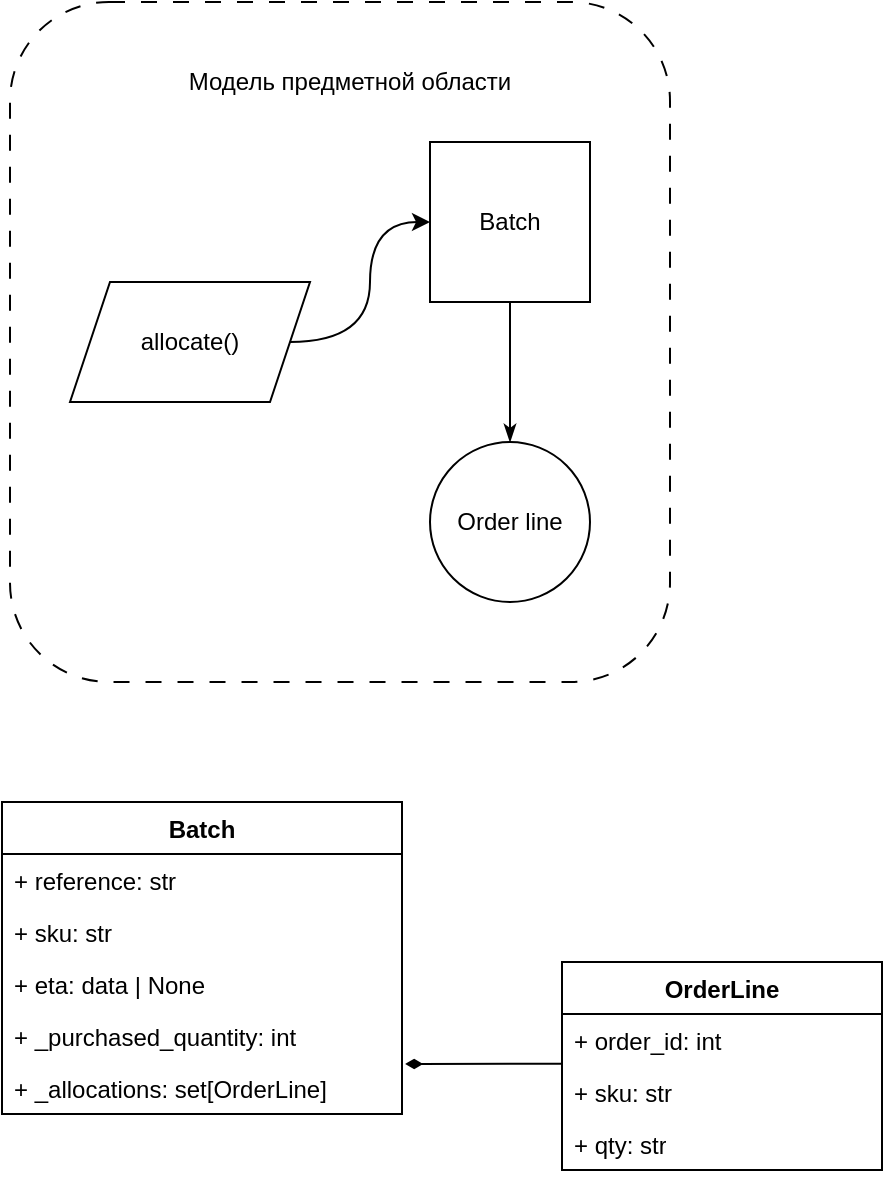
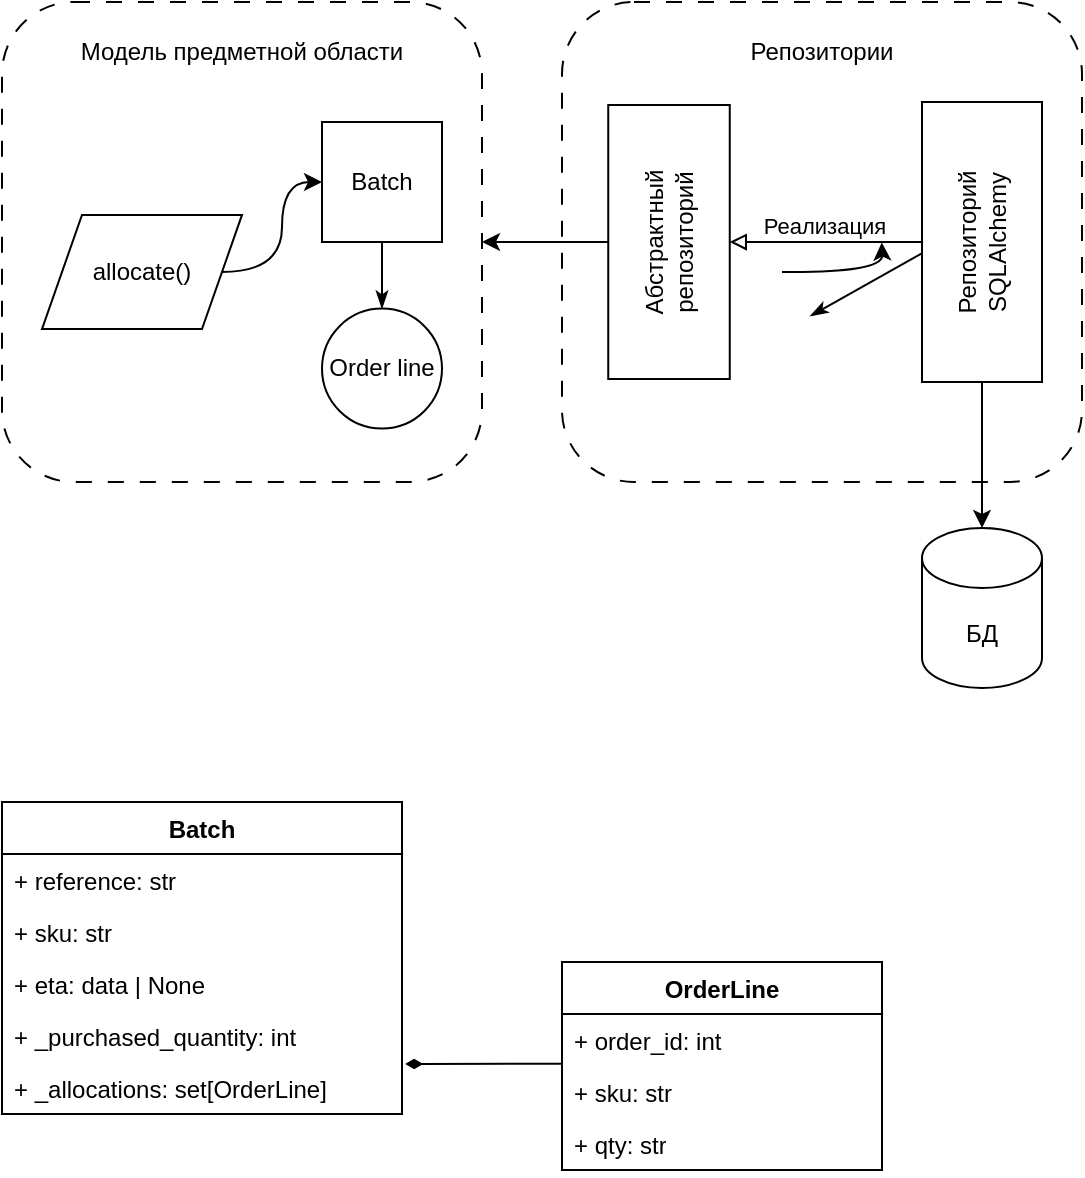
<mxfile host="Electron">
  <diagram name="Страница-1" id="V3rpfnUflKaNotFs_5z8">
-     <mxGraphModel dx="693" dy="844" grid="1" gridSize="10" guides="1" tooltips="1" connect="1" arrows="1" fold="1" page="1" pageScale="1" pageWidth="827" pageHeight="1169" math="0" shadow="0">
+     <mxGraphModel dx="1414" dy="844" grid="1" gridSize="10" guides="1" tooltips="1" connect="1" arrows="1" fold="1" page="1" pageScale="1" pageWidth="827" pageHeight="1169" math="0" shadow="0">
      <root>
        <mxCell id="0" />
        <mxCell id="1" parent="0" />
-         <mxCell id="9TURucZzgN30wxD5UjFS-12" connectable="0" parent="1" style="group" value="" vertex="1">
-           <mxGeometry height="340" width="330" x="84" y="40" as="geometry" />
-         </mxCell>
-         <mxCell id="9TURucZzgN30wxD5UjFS-5" parent="9TURucZzgN30wxD5UjFS-12" style="html=1;whiteSpace=wrap;dashed=1;dashPattern=8 8;gradientColor=none;rounded=1;glass=0;shadow=0;" value="" vertex="1">
-           <mxGeometry height="340" width="330" as="geometry" />
-         </mxCell>
-         <mxCell id="9TURucZzgN30wxD5UjFS-6" parent="9TURucZzgN30wxD5UjFS-12" style="text;html=1;whiteSpace=wrap;strokeColor=none;fillColor=none;align=center;verticalAlign=middle;rounded=0;" value="Модель предметной области" vertex="1">
-           <mxGeometry height="40" width="240" x="50" y="20" as="geometry" />
-         </mxCell>
-         <mxCell id="9TURucZzgN30wxD5UjFS-7" parent="9TURucZzgN30wxD5UjFS-12" style="shape=parallelogram;perimeter=parallelogramPerimeter;whiteSpace=wrap;html=1;fixedSize=1;" value="allocate()" vertex="1">
-           <mxGeometry height="60" width="120" x="30" y="140" as="geometry" />
-         </mxCell>
-         <mxCell id="9TURucZzgN30wxD5UjFS-8" parent="9TURucZzgN30wxD5UjFS-12" style="whiteSpace=wrap;html=1;aspect=fixed;" value="Batch" vertex="1">
-           <mxGeometry height="80" width="80" x="210" y="70" as="geometry" />
-         </mxCell>
-         <mxCell id="9TURucZzgN30wxD5UjFS-9" parent="9TURucZzgN30wxD5UjFS-12" style="ellipse;whiteSpace=wrap;html=1;aspect=fixed;" value="Order line" vertex="1">
-           <mxGeometry height="80" width="80" x="210" y="220" as="geometry" />
-         </mxCell>
-         <mxCell id="9TURucZzgN30wxD5UjFS-10" edge="1" parent="9TURucZzgN30wxD5UjFS-12" source="9TURucZzgN30wxD5UjFS-7" style="curved=1;endArrow=classic;html=1;rounded=0;entryX=0;entryY=0.5;entryDx=0;entryDy=0;exitX=1;exitY=0.5;exitDx=0;exitDy=0;edgeStyle=orthogonalEdgeStyle;endFill=1;" target="9TURucZzgN30wxD5UjFS-8" value="">
-           <mxGeometry height="50" relative="1" width="50" as="geometry">
-             <mxPoint x="140" y="200" as="sourcePoint" />
-             <mxPoint x="190" y="150" as="targetPoint" />
-           </mxGeometry>
-         </mxCell>
-         <mxCell id="9TURucZzgN30wxD5UjFS-11" edge="1" parent="9TURucZzgN30wxD5UjFS-12" source="9TURucZzgN30wxD5UjFS-9" style="endArrow=none;html=1;rounded=0;entryX=0.5;entryY=1;entryDx=0;entryDy=0;exitX=0.5;exitY=0;exitDx=0;exitDy=0;startArrow=classicThin;startFill=1;" target="9TURucZzgN30wxD5UjFS-8" value="">
-           <mxGeometry height="50" relative="1" width="50" as="geometry">
-             <mxPoint x="140" y="200" as="sourcePoint" />
-             <mxPoint x="190" y="150" as="targetPoint" />
-           </mxGeometry>
-         </mxCell>
        <mxCell id="mqwCX_SPE4qyENMmute8-1" parent="1" style="swimlane;fontStyle=1;align=center;verticalAlign=top;childLayout=stackLayout;horizontal=1;startSize=26;horizontalStack=0;resizeParent=1;resizeParentMax=0;resizeLast=0;collapsible=1;marginBottom=0;whiteSpace=wrap;html=1;" value="Batch" vertex="1">
          <mxGeometry height="156" width="200" x="80" y="440" as="geometry" />
        </mxCell>
        <mxCell id="mqwCX_SPE4qyENMmute8-2" parent="mqwCX_SPE4qyENMmute8-1" style="text;strokeColor=none;fillColor=none;align=left;verticalAlign=top;spacingLeft=4;spacingRight=4;overflow=hidden;rotatable=0;points=[[0,0.5],[1,0.5]];portConstraint=eastwest;whiteSpace=wrap;html=1;" value="+ reference: str" vertex="1">
          <mxGeometry height="26" width="200" y="26" as="geometry" />
        </mxCell>
        <mxCell id="mqwCX_SPE4qyENMmute8-5" parent="mqwCX_SPE4qyENMmute8-1" style="text;strokeColor=none;fillColor=none;align=left;verticalAlign=top;spacingLeft=4;spacingRight=4;overflow=hidden;rotatable=0;points=[[0,0.5],[1,0.5]];portConstraint=eastwest;whiteSpace=wrap;html=1;" value="+ sku: str" vertex="1">
          <mxGeometry height="26" width="200" y="52" as="geometry" />
        </mxCell>
        <mxCell id="mqwCX_SPE4qyENMmute8-6" parent="mqwCX_SPE4qyENMmute8-1" style="text;strokeColor=none;fillColor=none;align=left;verticalAlign=top;spacingLeft=4;spacingRight=4;overflow=hidden;rotatable=0;points=[[0,0.5],[1,0.5]];portConstraint=eastwest;whiteSpace=wrap;html=1;" value="+ eta: data | None" vertex="1">
          <mxGeometry height="26" width="200" y="78" as="geometry" />
        </mxCell>
        <mxCell id="mqwCX_SPE4qyENMmute8-7" parent="mqwCX_SPE4qyENMmute8-1" style="text;strokeColor=none;fillColor=none;align=left;verticalAlign=top;spacingLeft=4;spacingRight=4;overflow=hidden;rotatable=0;points=[[0,0.5],[1,0.5]];portConstraint=eastwest;whiteSpace=wrap;html=1;" value="+ _purchased_quantity: int" vertex="1">
          <mxGeometry height="26" width="200" y="104" as="geometry" />
        </mxCell>
        <mxCell id="mqwCX_SPE4qyENMmute8-8" parent="mqwCX_SPE4qyENMmute8-1" style="text;strokeColor=none;fillColor=none;align=left;verticalAlign=top;spacingLeft=4;spacingRight=4;overflow=hidden;rotatable=0;points=[[0,0.5],[1,0.5]];portConstraint=eastwest;whiteSpace=wrap;html=1;" value="+ _allocations: set[OrderLine]" vertex="1">
          <mxGeometry height="26" width="200" y="130" as="geometry" />
        </mxCell>
        <mxCell id="mqwCX_SPE4qyENMmute8-9" parent="1" style="swimlane;fontStyle=1;align=center;verticalAlign=top;childLayout=stackLayout;horizontal=1;startSize=26;horizontalStack=0;resizeParent=1;resizeParentMax=0;resizeLast=0;collapsible=1;marginBottom=0;whiteSpace=wrap;html=1;" value="OrderLine" vertex="1">
          <mxGeometry height="104" width="160" x="360" y="520" as="geometry" />
        </mxCell>
        <mxCell id="mqwCX_SPE4qyENMmute8-10" parent="mqwCX_SPE4qyENMmute8-9" style="text;strokeColor=none;fillColor=none;align=left;verticalAlign=top;spacingLeft=4;spacingRight=4;overflow=hidden;rotatable=0;points=[[0,0.5],[1,0.5]];portConstraint=eastwest;whiteSpace=wrap;html=1;" value="+ order_id: int" vertex="1">
          <mxGeometry height="26" width="160" y="26" as="geometry" />
        </mxCell>
        <mxCell id="mqwCX_SPE4qyENMmute8-13" parent="mqwCX_SPE4qyENMmute8-9" style="text;strokeColor=none;fillColor=none;align=left;verticalAlign=top;spacingLeft=4;spacingRight=4;overflow=hidden;rotatable=0;points=[[0,0.5],[1,0.5]];portConstraint=eastwest;whiteSpace=wrap;html=1;" value="+ sku: str" vertex="1">
          <mxGeometry height="26" width="160" y="52" as="geometry" />
        </mxCell>
        <mxCell id="mqwCX_SPE4qyENMmute8-14" parent="mqwCX_SPE4qyENMmute8-9" style="text;strokeColor=none;fillColor=none;align=left;verticalAlign=top;spacingLeft=4;spacingRight=4;overflow=hidden;rotatable=0;points=[[0,0.5],[1,0.5]];portConstraint=eastwest;whiteSpace=wrap;html=1;" value="+ qty: str" vertex="1">
          <mxGeometry height="26" width="160" y="78" as="geometry" />
        </mxCell>
        <mxCell id="mqwCX_SPE4qyENMmute8-16" edge="1" parent="1" source="mqwCX_SPE4qyENMmute8-8" style="endArrow=none;html=1;rounded=0;entryX=-0.001;entryY=0.957;entryDx=0;entryDy=0;exitX=1.008;exitY=0.038;exitDx=0;exitDy=0;exitPerimeter=0;entryPerimeter=0;startArrow=diamondThin;startFill=1;strokeWidth=1;" target="mqwCX_SPE4qyENMmute8-10" value="">
          <mxGeometry height="50" relative="1" width="50" as="geometry">
            <mxPoint x="270" y="557" as="sourcePoint" />
            <mxPoint x="430" y="410" as="targetPoint" />
          </mxGeometry>
        </mxCell>
+         <mxCell id="KiamUUVyJfzsnLepsi2D-16" connectable="0" parent="1" style="group" value="" vertex="1">
+           <mxGeometry height="240" width="240" x="80" y="40" as="geometry" />
+         </mxCell>
+         <mxCell id="9TURucZzgN30wxD5UjFS-5" parent="KiamUUVyJfzsnLepsi2D-16" style="html=1;whiteSpace=wrap;dashed=1;dashPattern=8 8;gradientColor=none;rounded=1;glass=0;shadow=0;" value="" vertex="1">
+           <mxGeometry height="240" width="240" as="geometry" />
+         </mxCell>
+         <mxCell id="9TURucZzgN30wxD5UjFS-6" parent="KiamUUVyJfzsnLepsi2D-16" style="text;html=1;whiteSpace=wrap;strokeColor=none;fillColor=none;align=center;verticalAlign=middle;rounded=0;" value="Модель предметной области" vertex="1">
+           <mxGeometry height="29.411764705882344" width="171.63636363636363" x="34.17757575757575" y="9.995882352941177" as="geometry" />
+         </mxCell>
+         <mxCell id="9TURucZzgN30wxD5UjFS-7" parent="KiamUUVyJfzsnLepsi2D-16" style="shape=parallelogram;perimeter=parallelogramPerimeter;whiteSpace=wrap;html=1;fixedSize=1;" value="allocate()" vertex="1">
+           <mxGeometry height="57.06" width="100" x="20" y="106.47" as="geometry" />
+         </mxCell>
+         <mxCell id="9TURucZzgN30wxD5UjFS-8" parent="KiamUUVyJfzsnLepsi2D-16" style="whiteSpace=wrap;html=1;aspect=fixed;" value="Batch" vertex="1">
+           <mxGeometry height="60" width="60" x="160" y="60" as="geometry" />
+         </mxCell>
+         <mxCell id="9TURucZzgN30wxD5UjFS-9" parent="KiamUUVyJfzsnLepsi2D-16" style="ellipse;whiteSpace=wrap;html=1;aspect=fixed;" value="Order line" vertex="1">
+           <mxGeometry height="60" width="60" x="160" y="153.31" as="geometry" />
+         </mxCell>
+         <mxCell id="9TURucZzgN30wxD5UjFS-10" edge="1" parent="KiamUUVyJfzsnLepsi2D-16" source="9TURucZzgN30wxD5UjFS-7" style="curved=1;endArrow=classic;html=1;rounded=0;entryX=0;entryY=0.5;entryDx=0;entryDy=0;exitX=1;exitY=0.5;exitDx=0;exitDy=0;edgeStyle=orthogonalEdgeStyle;endFill=1;" target="9TURucZzgN30wxD5UjFS-8" value="">
+           <mxGeometry height="50" relative="1" width="50" as="geometry">
+             <mxPoint x="124.12121212121212" y="157.05882352941174" as="sourcePoint" />
+             <mxPoint x="159.8787878787879" y="120.29411764705878" as="targetPoint" />
+           </mxGeometry>
+         </mxCell>
+         <mxCell id="9TURucZzgN30wxD5UjFS-11" edge="1" parent="KiamUUVyJfzsnLepsi2D-16" source="9TURucZzgN30wxD5UjFS-9" style="endArrow=none;html=1;rounded=0;entryX=0.5;entryY=1;entryDx=0;entryDy=0;exitX=0.5;exitY=0;exitDx=0;exitDy=0;startArrow=classicThin;startFill=1;" target="9TURucZzgN30wxD5UjFS-8" value="">
+           <mxGeometry height="50" relative="1" width="50" as="geometry">
+             <mxPoint x="124.12121212121212" y="157.05882352941174" as="sourcePoint" />
+             <mxPoint x="159.8787878787879" y="120.29411764705878" as="targetPoint" />
+           </mxGeometry>
+         </mxCell>
+         <mxCell id="KiamUUVyJfzsnLepsi2D-18" parent="1" style="html=1;whiteSpace=wrap;dashed=1;dashPattern=8 8;gradientColor=none;rounded=1;glass=0;shadow=0;" value="" vertex="1">
+           <mxGeometry height="240" width="260" x="360" y="40" as="geometry" />
+         </mxCell>
+         <mxCell id="KiamUUVyJfzsnLepsi2D-19" parent="1" style="text;html=1;whiteSpace=wrap;strokeColor=none;fillColor=none;align=center;verticalAlign=middle;rounded=0;" value="Репозитории" vertex="1">
+           <mxGeometry height="29.411764705882344" width="171.63636363636363" x="404.17757575757577" y="49.99588235294118" as="geometry" />
+         </mxCell>
+         <mxCell id="KiamUUVyJfzsnLepsi2D-23" edge="1" parent="1" style="curved=1;endArrow=classic;html=1;rounded=0;entryX=0;entryY=0.5;entryDx=0;entryDy=0;exitX=1;exitY=0.5;exitDx=0;exitDy=0;edgeStyle=orthogonalEdgeStyle;endFill=1;" target="KiamUUVyJfzsnLepsi2D-21" value="">
+           <mxGeometry height="50" relative="1" width="50" as="geometry">
+             <mxPoint x="470" y="175" as="sourcePoint" />
+             <mxPoint x="519.8787878787879" y="160.29411764705878" as="targetPoint" />
+           </mxGeometry>
+         </mxCell>
+         <mxCell id="KiamUUVyJfzsnLepsi2D-24" edge="1" parent="1" source="KiamUUVyJfzsnLepsi2D-22" style="endArrow=none;html=1;rounded=0;entryX=0.5;entryY=1;entryDx=0;entryDy=0;exitX=0.5;exitY=0;exitDx=0;exitDy=0;startArrow=classicThin;startFill=1;" value="">
+           <mxGeometry height="50" relative="1" width="50" as="geometry">
+             <mxPoint x="484.1212121212121" y="197.05882352941174" as="sourcePoint" />
+             <mxPoint x="550" y="160" as="targetPoint" />
+           </mxGeometry>
+         </mxCell>
+         <mxCell id="KiamUUVyJfzsnLepsi2D-26" parent="1" style="rounded=0;whiteSpace=wrap;html=1;rotation=-90;" value="Абстрактный репозиторий" vertex="1">
+           <mxGeometry height="60.75" width="137" x="345" y="129.63" as="geometry" />
+         </mxCell>
+         <mxCell id="KiamUUVyJfzsnLepsi2D-27" parent="1" style="rounded=0;whiteSpace=wrap;html=1;rotation=-90;" value="Репозиторий&#xa;SQLAlchemy" vertex="1">
+           <mxGeometry height="60" width="140" x="500" y="130" as="geometry" />
+         </mxCell>
+         <mxCell id="KiamUUVyJfzsnLepsi2D-28" parent="1" style="shape=cylinder3;whiteSpace=wrap;html=1;boundedLbl=1;backgroundOutline=1;size=15;" value="БД" vertex="1">
+           <mxGeometry height="80" width="60" x="540" y="303" as="geometry" />
+         </mxCell>
+         <mxCell id="KiamUUVyJfzsnLepsi2D-29" edge="1" parent="1" source="KiamUUVyJfzsnLepsi2D-27" style="endArrow=classic;html=1;rounded=0;endFill=1;" target="KiamUUVyJfzsnLepsi2D-28" value="">
+           <mxGeometry height="50" relative="1" width="50" as="geometry">
+             <mxPoint x="540" y="390" as="sourcePoint" />
+             <mxPoint x="570" y="300" as="targetPoint" />
+           </mxGeometry>
+         </mxCell>
+         <mxCell id="KiamUUVyJfzsnLepsi2D-30" edge="1" parent="1" source="KiamUUVyJfzsnLepsi2D-26" style="endArrow=none;html=1;rounded=0;exitX=0.5;exitY=1;exitDx=0;exitDy=0;startArrow=block;startFill=0;" target="KiamUUVyJfzsnLepsi2D-27" value="">
+           <mxGeometry height="50" relative="1" width="50" as="geometry">
+             <mxPoint x="540" y="390" as="sourcePoint" />
+             <mxPoint x="590" y="340" as="targetPoint" />
+           </mxGeometry>
+         </mxCell>
+         <mxCell id="KiamUUVyJfzsnLepsi2D-31" connectable="0" parent="KiamUUVyJfzsnLepsi2D-30" style="edgeLabel;html=1;align=center;verticalAlign=middle;resizable=0;points=[];" value="Реализация" vertex="1">
+           <mxGeometry relative="1" x="-0.108" y="-4" as="geometry">
+             <mxPoint x="4" y="-12" as="offset" />
+           </mxGeometry>
+         </mxCell>
+         <mxCell id="KiamUUVyJfzsnLepsi2D-32" edge="1" parent="1" source="9TURucZzgN30wxD5UjFS-5" style="endArrow=none;html=1;rounded=0;exitX=1;exitY=0.5;exitDx=0;exitDy=0;entryX=0.5;entryY=0;entryDx=0;entryDy=0;startArrow=classic;startFill=1;" target="KiamUUVyJfzsnLepsi2D-26" value="">
+           <mxGeometry height="50" relative="1" width="50" as="geometry">
+             <mxPoint x="540" y="150" as="sourcePoint" />
+             <mxPoint x="590" y="100" as="targetPoint" />
+           </mxGeometry>
+         </mxCell>
      </root>
    </mxGraphModel>
  </diagram>
</mxfile>
